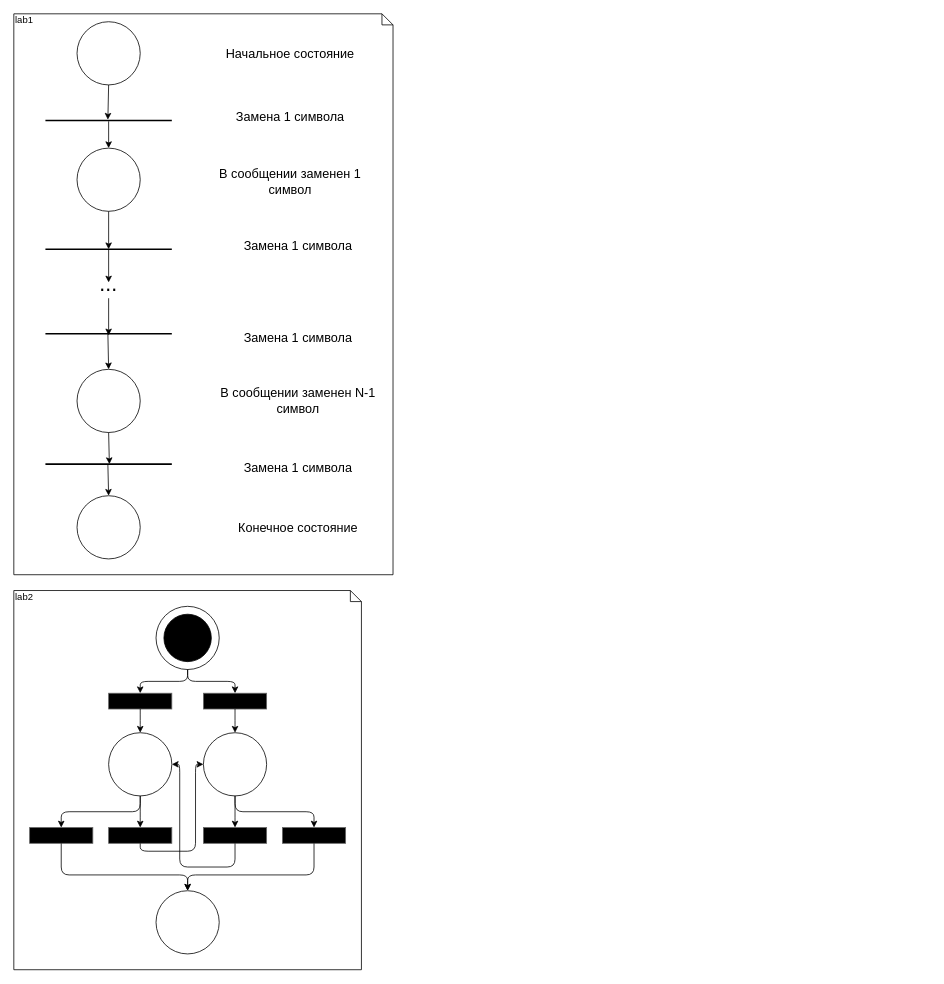
Before: ParallelLabs.drawio in Xtail96/LETI_PARALLEL_LABS, a draw.io diagram. Source tidied: cells renumbered, new cells numbered last; positions are measured from the earlier drawing's top-left corner, leaving out a move shared by most shapes. Both pictures are drawn from the tidied source at 79%, with x=0, y=0 at pixel (13, 13).
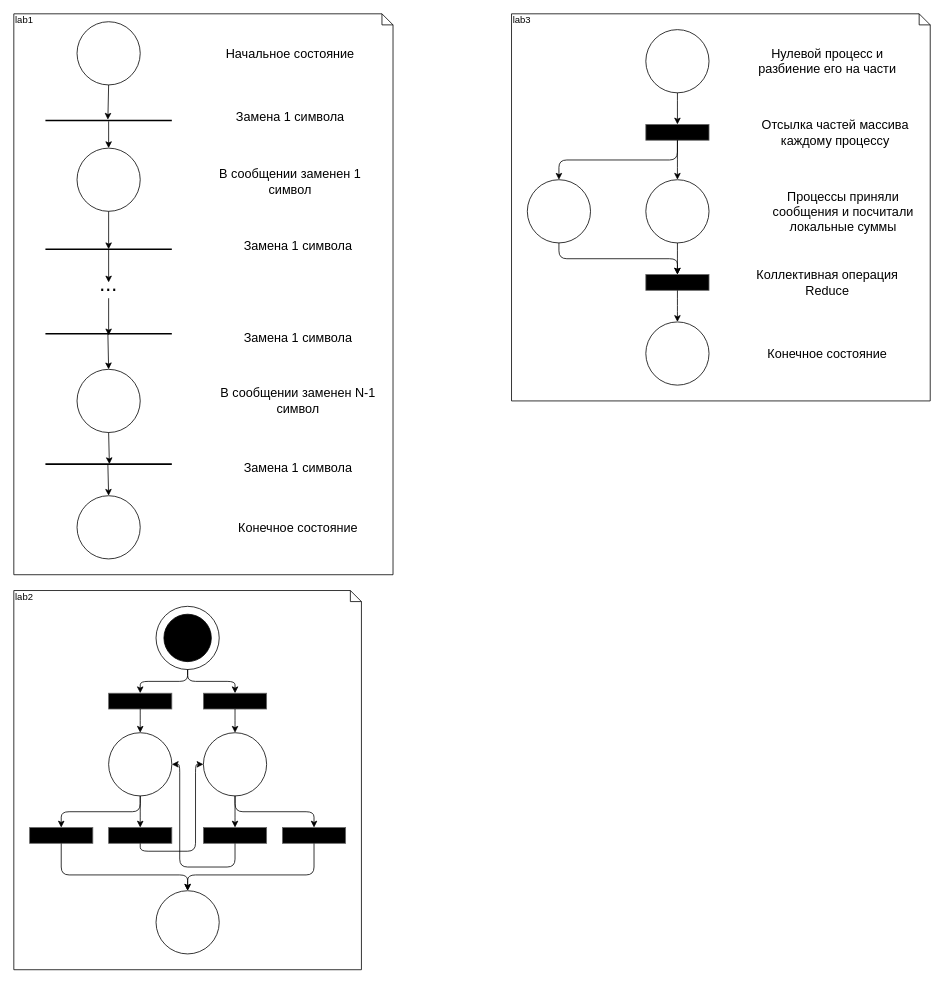
After the change.

Diff of the diagram source:
```diff
@@
+    <mxCell id="54" style="group;" parent="1" vertex="1">
+      <mxGeometry x="630" width="530" height="490" as="geometry" />
+    </mxCell>
+    <mxCell id="55" value="lab3" style="shape=note;whiteSpace=wrap;html=1;size=14;verticalAlign=top;align=left;spacingTop=-6;" parent="54" vertex="1">
+      <mxGeometry width="530" height="490" as="geometry" />
+    </mxCell>
+    <mxCell id="56" style="ellipse;whiteSpace=wrap;html=1;" parent="54" vertex="1">
+      <mxGeometry x="170" y="20" width="80" height="80" as="geometry" />
+    </mxCell>
+    <mxCell id="57" style="rounded=0;whiteSpace=wrap;html=1;fillColor=#000000;strokeColor=#666666;fontColor=#333333;" parent="54" vertex="1">
+      <mxGeometry x="170" y="140" width="80" height="20" as="geometry" />
+    </mxCell>
+    <mxCell id="58" style="ellipse;whiteSpace=wrap;html=1;" parent="54" vertex="1">
+      <mxGeometry x="20" y="210" width="80" height="80" as="geometry" />
+    </mxCell>
+    <mxCell id="59" style="ellipse;whiteSpace=wrap;html=1;" parent="54" vertex="1">
+      <mxGeometry x="170" y="210" width="80" height="80" as="geometry" />
+    </mxCell>
+    <mxCell id="60" style="rounded=0;whiteSpace=wrap;html=1;fillColor=#000000;strokeColor=#666666;fontColor=#333333;" parent="54" vertex="1">
+      <mxGeometry x="170" y="330" width="80" height="20" as="geometry" />
+    </mxCell>
+    <mxCell id="61" style="ellipse;whiteSpace=wrap;html=1;" parent="54" vertex="1">
+      <mxGeometry x="170" y="390" width="80" height="80" as="geometry" />
+    </mxCell>
+    <mxCell id="62" style="edgeStyle=elbowEdgeStyle;elbow=vertical;endArrow=classic;html=1;entryX=0.5;entryY=0;entryDx=0;entryDy=0;exitX=0.5;exitY=1;exitDx=0;exitDy=0;" parent="54" edge="1" source="56" target="57">
+      <mxGeometry relative="1" as="geometry" />
+    </mxCell>
+    <mxCell id="63" style="edgeStyle=elbowEdgeStyle;elbow=vertical;endArrow=classic;html=1;exitX=0.5;exitY=1;exitDx=0;exitDy=0;entryX=0.5;entryY=0;entryDx=0;entryDy=0;" parent="54" edge="1" source="57" target="59">
+      <mxGeometry relative="1" as="geometry" />
+    </mxCell>
+    <mxCell id="64" style="edgeStyle=elbowEdgeStyle;elbow=vertical;endArrow=classic;html=1;exitX=0.5;exitY=1;exitDx=0;exitDy=0;entryX=0.5;entryY=0;entryDx=0;entryDy=0;" parent="54" edge="1" source="57" target="58">
+      <mxGeometry relative="1" as="geometry" />
+    </mxCell>
+    <mxCell id="65" style="edgeStyle=elbowEdgeStyle;elbow=vertical;endArrow=classic;html=1;entryX=0.5;entryY=0;entryDx=0;entryDy=0;exitX=0.5;exitY=1;exitDx=0;exitDy=0;" parent="54" edge="1" source="58" target="60">
+      <mxGeometry relative="1" as="geometry" />
+    </mxCell>
+    <mxCell id="66" style="edgeStyle=elbowEdgeStyle;elbow=vertical;endArrow=classic;html=1;exitX=0.5;exitY=1;exitDx=0;exitDy=0;entryX=0.5;entryY=0;entryDx=0;entryDy=0;" parent="54" edge="1" source="59" target="60">
+      <mxGeometry relative="1" as="geometry" />
+    </mxCell>
+    <mxCell id="67" style="edgeStyle=elbowEdgeStyle;elbow=vertical;endArrow=classic;html=1;exitX=0.5;exitY=1;exitDx=0;exitDy=0;entryX=0.5;entryY=0;entryDx=0;entryDy=0;" parent="54" edge="1" source="60" target="61">
+      <mxGeometry relative="1" as="geometry" />
+    </mxCell>
+    <mxCell id="68" value="&lt;span style=&quot;font-size: 16px&quot;&gt;Нулевой процесс и разбиение его на части&lt;/span&gt;" style="text;html=1;strokeColor=none;fillColor=none;align=center;verticalAlign=middle;whiteSpace=wrap;rounded=0;" parent="54" vertex="1">
+      <mxGeometry x="290" y="40" width="220" height="40" as="geometry" />
+    </mxCell>
+    <mxCell id="69" value="&lt;font style=&quot;font-size: 16px&quot;&gt;Конечное состояние&lt;/font&gt;" style="text;html=1;strokeColor=none;fillColor=none;align=center;verticalAlign=middle;whiteSpace=wrap;rounded=0;" parent="54" vertex="1">
+      <mxGeometry x="290" y="410" width="220" height="40" as="geometry" />
+    </mxCell>
+    <mxCell id="70" value="&lt;span style=&quot;font-size: 16px&quot;&gt;Коллективная операция Reduce&lt;/span&gt;" style="text;html=1;strokeColor=none;fillColor=none;align=center;verticalAlign=middle;whiteSpace=wrap;rounded=0;" parent="54" vertex="1">
+      <mxGeometry x="290" y="320" width="220" height="40" as="geometry" />
+    </mxCell>
+    <mxCell id="71" value="&lt;span style=&quot;font-size: 16px&quot;&gt;Отсылка частей массива каждому процессу&lt;/span&gt;" style="text;html=1;strokeColor=none;fillColor=none;align=center;verticalAlign=middle;whiteSpace=wrap;rounded=0;" parent="54" vertex="1">
+      <mxGeometry x="300" y="130" width="220" height="40" as="geometry" />
+    </mxCell>
+    <mxCell id="72" value="&lt;span style=&quot;font-size: 16px&quot;&gt;Процессы приняли сообщения и посчитали локальные суммы&lt;/span&gt;" style="text;html=1;strokeColor=none;fillColor=none;align=center;verticalAlign=middle;whiteSpace=wrap;rounded=0;" parent="54" vertex="1">
+      <mxGeometry x="310" y="230" width="220" height="40" as="geometry" />
+    </mxCell>
```
